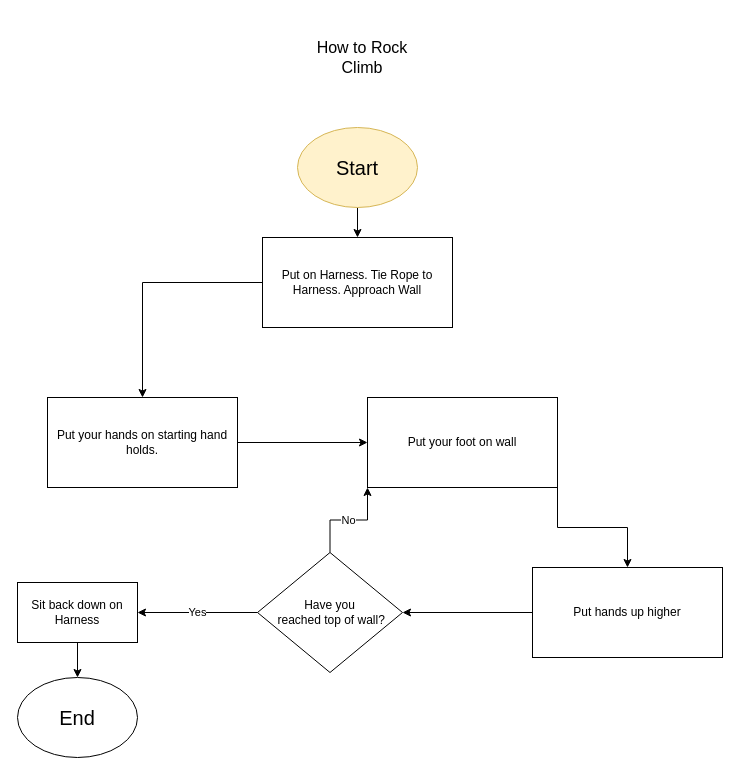
Before: Untitled Diagram.drawio in nicholas-carnie/Nicks-files, a draw.io diagram. Source tidied: cells renumbered, new cells numbered last; positions are measured from the earlier drawing's top-left corner, leaving out a move shared by most shapes. Both pictures are drawn from the tidied source at 100%, with x=0, y=0 at pixel (17, 17).
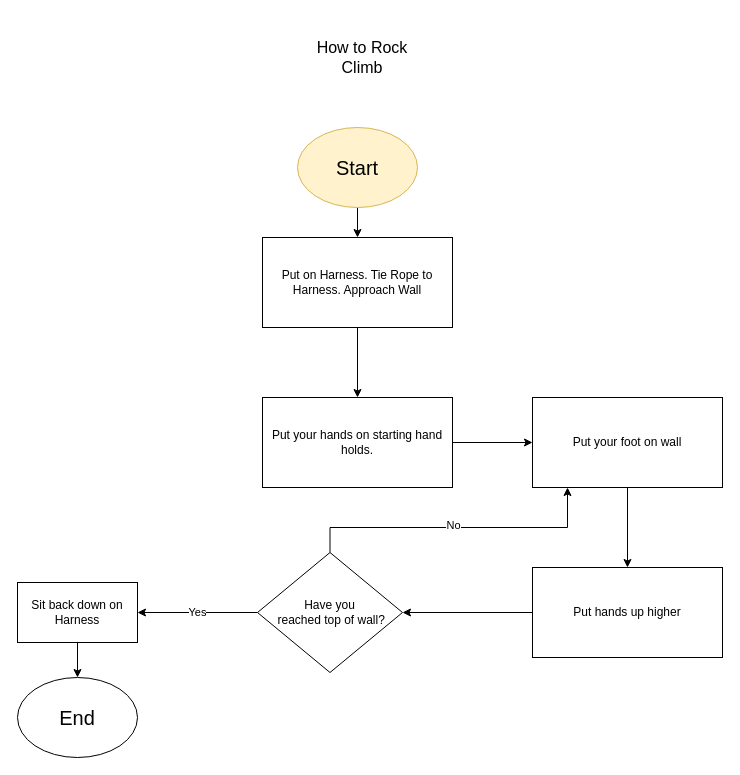
Above is the later version.

The change refers to these unchanged cells:
```xml
<mxCell id="12" value="Put hands up higher" style="rounded=0;whiteSpace=wrap;html=1;" parent="1" vertex="1">
  <mxGeometry x="515" y="550" width="190" height="90" as="geometry" />
</mxCell>
<mxCell id="15" value="Have you&lt;br&gt;&amp;nbsp;reached top of wall?" style="rhombus;whiteSpace=wrap;html=1;" parent="1" vertex="1">
  <mxGeometry x="240" y="535" width="145" height="120" as="geometry" />
</mxCell>
```

Change to the diagram source:
```diff
@@
     <mxCell id="8" value="Put your hands on starting hand holds." style="rounded=0;whiteSpace=wrap;html=1;" parent="1" vertex="1">
-      <mxGeometry x="30" y="380" width="190" height="90" as="geometry" />
+      <mxGeometry x="245" y="380" width="190" height="90" as="geometry" />
     </mxCell>
     <mxCell id="9" style="edgeStyle=orthogonalEdgeStyle;rounded=0;jettySize=auto;html=1;" parent="1" edge="1" source="10" target="12">
       <mxGeometry relative="1" as="geometry">
         <Array as="points">
-          <mxPoint x="540" y="510" />
-          <mxPoint x="610" y="510" />
+          <mxPoint x="610" y="470" />
         </Array>
       </mxGeometry>
     </mxCell>
     <mxCell id="10" value="Put your foot on wall" style="rounded=0;whiteSpace=wrap;html=1;" parent="1" vertex="1">
-      <mxGeometry x="350" y="380" width="190" height="90" as="geometry" />
+      <mxGeometry x="515" y="380" width="190" height="90" as="geometry" />
     </mxCell>
@@
-    <mxCell id="13" value="No" style="edgeStyle=orthogonalEdgeStyle;rounded=0;jettySize=auto;html=1;entryX=0;entryY=1;entryDx=0;entryDy=0;" parent="1" edge="1" source="15" target="10">
-      <mxGeometry relative="1" as="geometry" />
+    <mxCell id="13" value="No" style="edgeStyle=orthogonalEdgeStyle;rounded=0;jettySize=auto;html=1;" parent="1" edge="1" source="15">
+      <mxGeometry x="-0.02" y="3" relative="1" as="geometry">
+        <mxPoint x="550" y="470" as="targetPoint" />
+        <Array as="points">
+          <mxPoint x="313" y="510" />
+          <mxPoint x="550" y="510" />
+          <mxPoint x="550" y="470" />
+        </Array>
+        <mxPoint y="1" as="offset" />
+      </mxGeometry>
     </mxCell>
```
